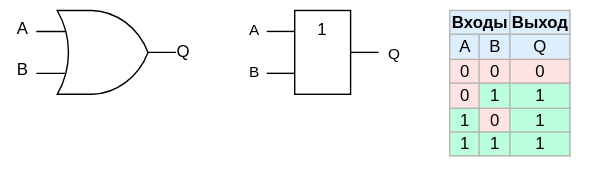
MPSU/APS keeps this draw.io diagram as .pic/Introduction/How FPGA works/fig_02.drawio.svg. Above is the earlier version. Source tidied: cells renumbered, new cells last; positions are measured from the earlier drawing's top-left corner, leaving out a move shared by most shapes. Source of this version:
```xml
<mxGraphModel background="#ffffff">
  <root>
    <mxCell id="0" />
    <mxCell id="1" parent="0" />
    <mxCell id="2" style="verticalLabelPosition=bottom;shadow=0;dashed=0;align=center;html=1;verticalAlign=top;shape=mxgraph.electrical.logic_gates.logic_gate;operation=or;" parent="1" vertex="1">
      <mxGeometry x="25" y="7" width="100" height="60" as="geometry" />
    </mxCell>
    <mxCell id="3" value="A" style="text;html=1;align=center;verticalAlign=middle;strokeColor=none;fillColor=none;" parent="1" vertex="1">
      <mxGeometry y="5" width="30" height="30" as="geometry" />
    </mxCell>
    <mxCell id="4" value="B" style="text;html=1;align=center;verticalAlign=middle;strokeColor=none;fillColor=none;" parent="1" vertex="1">
      <mxGeometry y="35" width="30" height="30" as="geometry" />
    </mxCell>
    <mxCell id="5" value="Q" style="text;html=1;align=center;verticalAlign=middle;strokeColor=none;fillColor=none;" parent="1" vertex="1">
      <mxGeometry x="115" y="22" width="30" height="30" as="geometry" />
    </mxCell>
    <mxCell id="6" style="edgeStyle=orthogonalEdgeStyle;rounded=0;jettySize=auto;html=1;exitX=1;exitY=0.5;exitDx=0;exitDy=0;endArrow=none;endFill=0;" parent="1" edge="1" source="12">
      <mxGeometry relative="1" as="geometry">
        <mxPoint x="270" y="37" as="targetPoint" />
      </mxGeometry>
    </mxCell>
    <mxCell id="7" value="Q" style="edgeLabel;html=1;align=center;verticalAlign=middle;" parent="6" vertex="1">
      <mxGeometry x="0.63" y="1" relative="1" as="geometry">
        <mxPoint x="14" y="1" as="offset" />
      </mxGeometry>
    </mxCell>
    <mxCell id="8" style="edgeStyle=orthogonalEdgeStyle;rounded=0;jettySize=auto;html=1;exitX=0;exitY=0.25;exitDx=0;exitDy=0;endArrow=none;endFill=0;" parent="1" edge="1" source="12">
      <mxGeometry relative="1" as="geometry">
        <mxPoint x="190" y="22" as="targetPoint" />
      </mxGeometry>
    </mxCell>
    <mxCell id="9" value="A" style="edgeLabel;html=1;align=center;verticalAlign=middle;" parent="8" vertex="1">
      <mxGeometry x="-0.23" y="-2" relative="1" as="geometry">
        <mxPoint x="-22" as="offset" />
      </mxGeometry>
    </mxCell>
    <mxCell id="10" style="edgeStyle=orthogonalEdgeStyle;rounded=0;jettySize=auto;html=1;exitX=0;exitY=0.75;exitDx=0;exitDy=0;endArrow=none;endFill=0;" parent="1" edge="1" source="12">
      <mxGeometry relative="1" as="geometry">
        <mxPoint x="190" y="52" as="targetPoint" />
      </mxGeometry>
    </mxCell>
    <mxCell id="11" value="B" style="edgeLabel;html=1;align=center;verticalAlign=middle;" parent="10" vertex="1">
      <mxGeometry x="0.17" relative="1" as="geometry">
        <mxPoint x="-18" y="-2" as="offset" />
      </mxGeometry>
    </mxCell>
    <mxCell id="12" value="1" style="rounded=0;whiteSpace=wrap;html=1;horizontal=1;verticalAlign=top;" parent="1" vertex="1">
      <mxGeometry x="210" y="7" width="40" height="60" as="geometry" />
    </mxCell>
    <mxCell id="13" value="&lt;table border=&quot;1&quot; class=&quot;wikitable&quot; style=&quot;float: right; text-align: center; border: 1px solid rgb(179, 179, 179); border-collapse: collapse;&quot;&gt;&lt;tbody&gt;&lt;tr style=&quot;background:#def;&quot;&gt;&lt;td colspan=&quot;2&quot;&gt;&lt;b&gt;Входы&lt;/b&gt;&lt;/td&gt;&lt;td&gt;&lt;b&gt;Выход&lt;/b&gt;&lt;br&gt;&lt;/td&gt;&lt;/tr&gt;&lt;tr style=&quot;background:#def;&quot;&gt;&lt;td&gt;A&lt;/td&gt;&lt;td&gt;B&lt;/td&gt;&lt;td&gt;Q&lt;br&gt;&lt;/td&gt;&lt;/tr&gt;&lt;tr&gt;&lt;td style=&quot;background: #FFE3E3; color: black; vertical-align: middle; text-align: center;&quot; class=&quot;table-no2&quot;&gt;0&lt;/td&gt;&lt;td style=&quot;background: #FFE3E3; color: black; vertical-align: middle; text-align: center;&quot; class=&quot;table-no2&quot;&gt;0&lt;/td&gt;&lt;td style=&quot;background: #FFE3E3; color: black; vertical-align: middle; text-align: center;&quot; class=&quot;table-no2&quot;&gt;0&lt;br&gt;&lt;/td&gt;&lt;/tr&gt;&lt;tr&gt;&lt;td style=&quot;background: #FFE3E3; color: black; vertical-align: middle; text-align: center;&quot; class=&quot;table-no2&quot;&gt;0&lt;/td&gt;&lt;td style=&quot;background:#bfd; color:black; vertical-align:middle; text-align:center;&quot; class=&quot;table-yes2&quot;&gt;1&lt;/td&gt;&lt;td border=&quot;1&quot; style=&quot;background: rgb(187, 255, 221); color: black; vertical-align: middle; text-align: center; border-collapse: collapse;&quot; class=&quot;table-no2&quot;&gt;&lt;span style=&quot;&quot;&gt;1&lt;/span&gt;&lt;br&gt;&lt;/td&gt;&lt;/tr&gt;&lt;tr&gt;&lt;td style=&quot;background:#bfd; color:black; vertical-align:middle; text-align:center;&quot; class=&quot;table-yes2&quot;&gt;1&lt;/td&gt;&lt;td style=&quot;background: #FFE3E3; color: black; vertical-align: middle; text-align: center;&quot; class=&quot;table-no2&quot;&gt;0&lt;/td&gt;&lt;td style=&quot;background: rgb(187, 255, 221); color: black; vertical-align: middle; text-align: center;&quot; class=&quot;table-no2&quot;&gt;1&lt;br&gt;&lt;/td&gt;&lt;/tr&gt;&lt;tr&gt;&lt;td style=&quot;background:#bfd; color:black; vertical-align:middle; text-align:center;&quot; class=&quot;table-yes2&quot;&gt;1&lt;/td&gt;&lt;td style=&quot;background:#bfd; color:black; vertical-align:middle; text-align:center;&quot; class=&quot;table-yes2&quot;&gt;1&lt;/td&gt;&lt;td style=&quot;background: rgb(187, 255, 221); color: black; vertical-align: middle; text-align: center;&quot; class=&quot;table-yes2&quot;&gt;1&lt;br&gt;&lt;/td&gt;&lt;/tr&gt;&lt;/tbody&gt;&lt;/table&gt;" style="text;whiteSpace=wrap;html=1;strokeColor=none;" parent="1" vertex="1">
      <mxGeometry x="319" width="110" height="130" as="geometry" />
    </mxCell>
  </root>
</mxGraphModel>
```
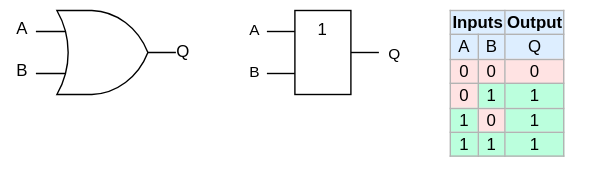
Later version of the same file.

What changed in the source:
```diff
@@ -47,7 +47,7 @@
     <mxCell id="12" value="1" style="rounded=0;whiteSpace=wrap;html=1;horizontal=1;verticalAlign=top;" parent="1" vertex="1">
       <mxGeometry x="210" y="7" width="40" height="60" as="geometry" />
     </mxCell>
-    <mxCell id="13" value="&lt;table border=&quot;1&quot; class=&quot;wikitable&quot; style=&quot;float: right; text-align: center; border: 1px solid rgb(179, 179, 179); border-collapse: collapse;&quot;&gt;&lt;tbody&gt;&lt;tr style=&quot;background:#def;&quot;&gt;&lt;td colspan=&quot;2&quot;&gt;&lt;b&gt;Входы&lt;/b&gt;&lt;/td&gt;&lt;td&gt;&lt;b&gt;Выход&lt;/b&gt;&lt;br&gt;&lt;/td&gt;&lt;/tr&gt;&lt;tr style=&quot;background:#def;&quot;&gt;&lt;td&gt;A&lt;/td&gt;&lt;td&gt;B&lt;/td&gt;&lt;td&gt;Q&lt;br&gt;&lt;/td&gt;&lt;/tr&gt;&lt;tr&gt;&lt;td style=&quot;background: #FFE3E3; color: black; vertical-align: middle; text-align: center;&quot; class=&quot;table-no2&quot;&gt;0&lt;/td&gt;&lt;td style=&quot;background: #FFE3E3; color: black; vertical-align: middle; text-align: center;&quot; class=&quot;table-no2&quot;&gt;0&lt;/td&gt;&lt;td style=&quot;background: #FFE3E3; color: black; vertical-align: middle; text-align: center;&quot; class=&quot;table-no2&quot;&gt;0&lt;br&gt;&lt;/td&gt;&lt;/tr&gt;&lt;tr&gt;&lt;td style=&quot;background: #FFE3E3; color: black; vertical-align: middle; text-align: center;&quot; class=&quot;table-no2&quot;&gt;0&lt;/td&gt;&lt;td style=&quot;background:#bfd; color:black; vertical-align:middle; text-align:center;&quot; class=&quot;table-yes2&quot;&gt;1&lt;/td&gt;&lt;td border=&quot;1&quot; style=&quot;background: rgb(187, 255, 221); color: black; vertical-align: middle; text-align: center; border-collapse: collapse;&quot; class=&quot;table-no2&quot;&gt;&lt;span style=&quot;&quot;&gt;1&lt;/span&gt;&lt;br&gt;&lt;/td&gt;&lt;/tr&gt;&lt;tr&gt;&lt;td style=&quot;background:#bfd; color:black; vertical-align:middle; text-align:center;&quot; class=&quot;table-yes2&quot;&gt;1&lt;/td&gt;&lt;td style=&quot;background: #FFE3E3; color: black; vertical-align: middle; text-align: center;&quot; class=&quot;table-no2&quot;&gt;0&lt;/td&gt;&lt;td style=&quot;background: rgb(187, 255, 221); color: black; vertical-align: middle; text-align: center;&quot; class=&quot;table-no2&quot;&gt;1&lt;br&gt;&lt;/td&gt;&lt;/tr&gt;&lt;tr&gt;&lt;td style=&quot;background:#bfd; color:black; vertical-align:middle; text-align:center;&quot; class=&quot;table-yes2&quot;&gt;1&lt;/td&gt;&lt;td style=&quot;background:#bfd; color:black; vertical-align:middle; text-align:center;&quot; class=&quot;table-yes2&quot;&gt;1&lt;/td&gt;&lt;td style=&quot;background: rgb(187, 255, 221); color: black; vertical-align: middle; text-align: center;&quot; class=&quot;table-yes2&quot;&gt;1&lt;br&gt;&lt;/td&gt;&lt;/tr&gt;&lt;/tbody&gt;&lt;/table&gt;" style="text;whiteSpace=wrap;html=1;strokeColor=none;" parent="1" vertex="1">
+    <mxCell id="13" value="&lt;table border=&quot;1&quot; class=&quot;wikitable&quot; style=&quot;float: right; text-align: center; border: 1px solid rgb(179, 179, 179); border-collapse: collapse;&quot;&gt;&lt;tbody&gt;&lt;tr style=&quot;background:#def;&quot;&gt;&lt;td colspan=&quot;2&quot;&gt;&lt;b&gt;Inputs&lt;/b&gt;&lt;/td&gt;&lt;td&gt;&lt;b&gt;Output&lt;/b&gt;&lt;br&gt;&lt;/td&gt;&lt;/tr&gt;&lt;tr style=&quot;background:#def;&quot;&gt;&lt;td&gt;A&lt;/td&gt;&lt;td&gt;B&lt;/td&gt;&lt;td&gt;Q&lt;br&gt;&lt;/td&gt;&lt;/tr&gt;&lt;tr&gt;&lt;td style=&quot;background: #FFE3E3; color: black; vertical-align: middle; text-align: center;&quot; class=&quot;table-no2&quot;&gt;0&lt;/td&gt;&lt;td style=&quot;background: #FFE3E3; color: black; vertical-align: middle; text-align: center;&quot; class=&quot;table-no2&quot;&gt;0&lt;/td&gt;&lt;td style=&quot;background: #FFE3E3; color: black; vertical-align: middle; text-align: center;&quot; class=&quot;table-no2&quot;&gt;0&lt;br&gt;&lt;/td&gt;&lt;/tr&gt;&lt;tr&gt;&lt;td style=&quot;background: #FFE3E3; color: black; vertical-align: middle; text-align: center;&quot; class=&quot;table-no2&quot;&gt;0&lt;/td&gt;&lt;td style=&quot;background:#bfd; color:black; vertical-align:middle; text-align:center;&quot; class=&quot;table-yes2&quot;&gt;1&lt;/td&gt;&lt;td border=&quot;1&quot; style=&quot;background: rgb(187, 255, 221); color: black; vertical-align: middle; text-align: center; border-collapse: collapse;&quot; class=&quot;table-no2&quot;&gt;&lt;span style=&quot;&quot;&gt;1&lt;/span&gt;&lt;br&gt;&lt;/td&gt;&lt;/tr&gt;&lt;tr&gt;&lt;td style=&quot;background:#bfd; color:black; vertical-align:middle; text-align:center;&quot; class=&quot;table-yes2&quot;&gt;1&lt;/td&gt;&lt;td style=&quot;background: #FFE3E3; color: black; vertical-align: middle; text-align: center;&quot; class=&quot;table-no2&quot;&gt;0&lt;/td&gt;&lt;td style=&quot;background: rgb(187, 255, 221); color: black; vertical-align: middle; text-align: center;&quot; class=&quot;table-no2&quot;&gt;1&lt;br&gt;&lt;/td&gt;&lt;/tr&gt;&lt;tr&gt;&lt;td style=&quot;background:#bfd; color:black; vertical-align:middle; text-align:center;&quot; class=&quot;table-yes2&quot;&gt;1&lt;/td&gt;&lt;td style=&quot;background:#bfd; color:black; vertical-align:middle; text-align:center;&quot; class=&quot;table-yes2&quot;&gt;1&lt;/td&gt;&lt;td style=&quot;background: rgb(187, 255, 221); color: black; vertical-align: middle; text-align: center;&quot; class=&quot;table-yes2&quot;&gt;1&lt;br&gt;&lt;/td&gt;&lt;/tr&gt;&lt;/tbody&gt;&lt;/table&gt;" style="text;whiteSpace=wrap;html=1;strokeColor=none;" parent="1" vertex="1">
       <mxGeometry x="319" width="110" height="130" as="geometry" />
     </mxCell>
   </root>
```
